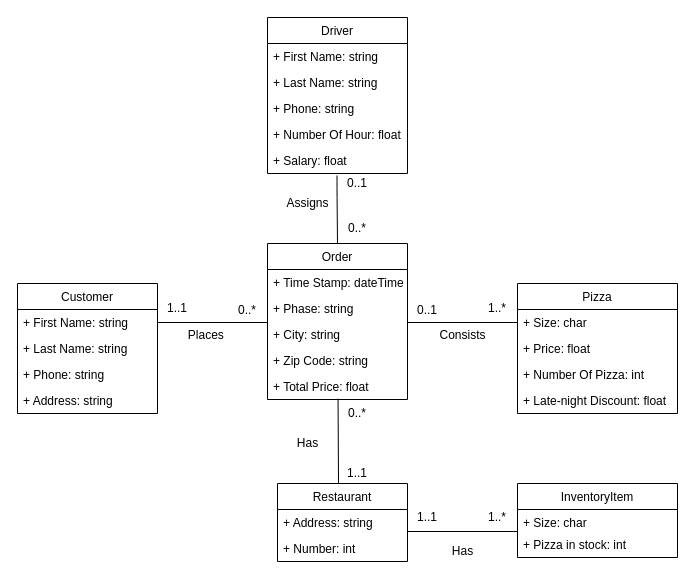
This is page "UML" (1 of 3) of Project01.drawio from thanhnguyen210299/CSULB-CECS-323, a draw.io file, before an edit. Source tidied: cells renumbered, new cells numbered last; positions are measured from the earlier drawing's top-left corner, leaving out a move shared by most shapes. Both pictures are drawn from the tidied source at 100%, with x=0, y=0 at pixel (17, 17).
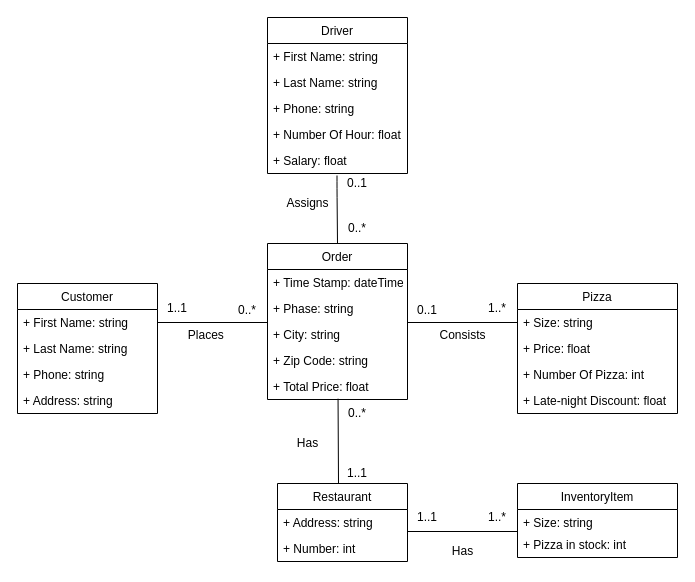
The same page after the edit.

The change refers to these unchanged cells:
```xml
<mxCell id="8" value="InventoryItem" style="swimlane;fontStyle=0;horizontal=1;startSize=26;fillColor=none;" parent="1" vertex="1">
  <mxGeometry x="500" y="466" width="160" height="74" as="geometry" />
</mxCell>
<mxCell id="33" value="Pizza" style="swimlane;fontStyle=0;horizontal=1;startSize=26;fillColor=none;" parent="1" vertex="1">
  <mxGeometry x="500" y="266" width="160" height="130" as="geometry" />
</mxCell>
```

Change to the diagram source:
```diff
@@
-    <mxCell id="9" value="+ Size: char" style="text;strokeColor=none;fillColor=none;align=left;verticalAlign=top;spacingLeft=4;spacingRight=4;overflow=hidden;" parent="8" vertex="1">
+    <mxCell id="9" value="+ Size: string" style="text;strokeColor=none;fillColor=none;align=left;verticalAlign=top;spacingLeft=4;spacingRight=4;overflow=hidden;" parent="8" vertex="1">
       <mxGeometry y="26" width="160" height="22" as="geometry" />
     </mxCell>
@@
-    <mxCell id="34" value="+ Size: char" style="text;strokeColor=none;fillColor=none;align=left;verticalAlign=top;spacingLeft=4;spacingRight=4;overflow=hidden;" parent="33" vertex="1">
+    <mxCell id="34" value="+ Size: string" style="text;strokeColor=none;fillColor=none;align=left;verticalAlign=top;spacingLeft=4;spacingRight=4;overflow=hidden;" parent="33" vertex="1">
       <mxGeometry y="26" width="160" height="26" as="geometry" />
     </mxCell>
```
